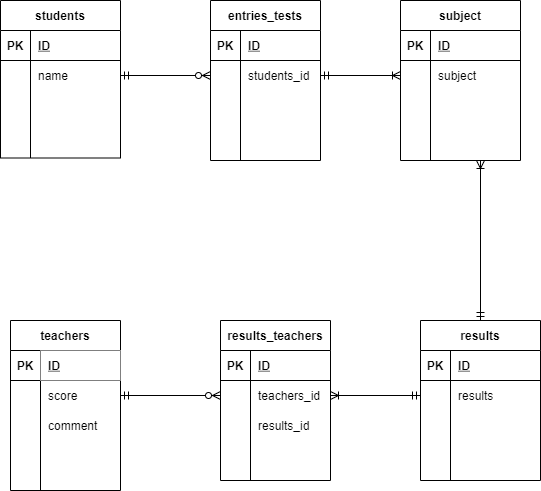
Earlier version of the draw.io export index.drawio.png (Rise-K/coachtech-db-practice). Source tidied: cells renumbered, new cells last; positions are measured from the earlier drawing's top-left corner, leaving out a move shared by most shapes.
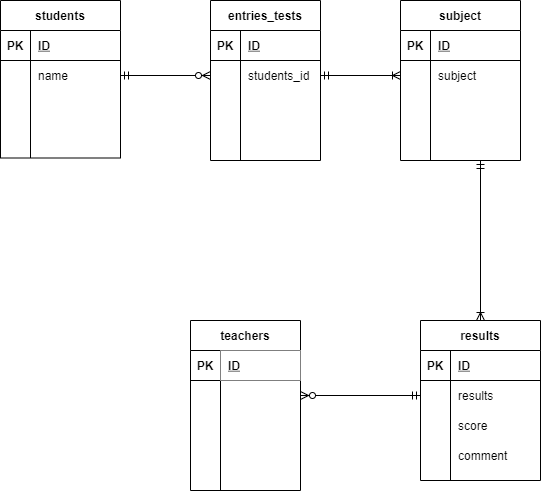
The same diagram one commit later.

Commit message:
テーブル、アトリビュート、リレーションの修正

Change to the diagram source:
```diff
@@ -42,7 +42,7 @@
       <mxGeometry x="30" width="90" height="30" as="geometry" />
     </mxCell>
     <mxCell id="15" value="teachers" style="shape=table;startSize=30;rowLines=0;fontStyle=1;align=center;" parent="1" vertex="1">
-      <mxGeometry x="10" y="320" width="110" height="170" as="geometry" />
+      <mxGeometry x="190" y="320" width="110" height="170" as="geometry" />
     </mxCell>
     <mxCell id="16" style="shape=partialRectangle;fillColor=none;top=0;left=0;bottom=1;right=0;" parent="15" vertex="1">
       <mxGeometry y="30" width="110" height="30" as="geometry" />
@@ -59,7 +59,7 @@
     <mxCell id="20" style="shape=partialRectangle;fillColor=none;top=0;left=0;bottom=0;right=0;overflow=hidden;" parent="19" vertex="1">
       <mxGeometry width="30" height="30" as="geometry" />
     </mxCell>
-    <mxCell id="21" value="score" style="shape=partialRectangle;fillColor=none;top=0;left=0;bottom=0;right=0;align=left;spacingLeft=6;overflow=hidden;" parent="19" vertex="1">
+    <mxCell id="21" style="shape=partialRectangle;fillColor=none;top=0;left=0;bottom=0;right=0;align=left;spacingLeft=6;overflow=hidden;" parent="19" vertex="1">
       <mxGeometry x="30" width="80" height="30" as="geometry" />
     </mxCell>
     <mxCell id="22" style="shape=partialRectangle;fillColor=none;top=0;left=0;bottom=0;right=0;" parent="15" vertex="1">
@@ -68,7 +68,7 @@
     <mxCell id="23" style="shape=partialRectangle;fillColor=none;top=0;left=0;bottom=0;right=0;overflow=hidden;" parent="22" vertex="1">
       <mxGeometry width="30" height="30" as="geometry" />
     </mxCell>
-    <mxCell id="24" value="comment" style="shape=partialRectangle;fillColor=none;top=0;left=0;bottom=0;right=0;align=left;spacingLeft=6;overflow=hidden;" parent="22" vertex="1">
+    <mxCell id="24" style="shape=partialRectangle;fillColor=none;top=0;left=0;bottom=0;right=0;align=left;spacingLeft=6;overflow=hidden;" parent="22" vertex="1">
       <mxGeometry x="30" width="80" height="30" as="geometry" />
     </mxCell>
     <mxCell id="25" style="shape=partialRectangle;fillColor=none;top=0;left=0;bottom=0;right=0;" parent="15" vertex="1">
@@ -160,7 +160,7 @@
     <mxCell id="53" style="shape=partialRectangle;fillColor=none;top=0;left=0;bottom=0;right=0;overflow=hidden;" parent="52" vertex="1">
       <mxGeometry width="30" height="30" as="geometry" />
     </mxCell>
-    <mxCell id="54" style="shape=partialRectangle;fillColor=none;top=0;left=0;bottom=0;right=0;align=left;spacingLeft=6;overflow=hidden;" parent="52" vertex="1">
+    <mxCell id="54" value="score" style="shape=partialRectangle;fillColor=none;top=0;left=0;bottom=0;right=0;align=left;spacingLeft=6;overflow=hidden;" parent="52" vertex="1">
       <mxGeometry x="30" width="90" height="30" as="geometry" />
     </mxCell>
     <mxCell id="55" style="shape=partialRectangle;fillColor=none;top=0;left=0;bottom=0;right=0;" parent="45" vertex="1">
@@ -169,7 +169,7 @@
     <mxCell id="56" style="shape=partialRectangle;fillColor=none;top=0;left=0;bottom=0;right=0;overflow=hidden;" parent="55" vertex="1">
       <mxGeometry width="30" height="30" as="geometry" />
     </mxCell>
-    <mxCell id="57" style="shape=partialRectangle;fillColor=none;top=0;left=0;bottom=0;right=0;align=left;spacingLeft=6;overflow=hidden;" parent="55" vertex="1">
+    <mxCell id="57" value="comment" style="shape=partialRectangle;fillColor=none;top=0;left=0;bottom=0;right=0;align=left;spacingLeft=6;overflow=hidden;" parent="55" vertex="1">
       <mxGeometry x="30" width="90" height="30" as="geometry" />
     </mxCell>
     <mxCell id="58" value="subject" style="shape=table;startSize=30;rowLines=0;fontStyle=1;align=center;" parent="1" vertex="1">
@@ -216,59 +216,13 @@
         <mxPoint x="400" y="75" as="targetPoint" />
       </mxGeometry>
     </mxCell>
-    <mxCell id="72" style="fontSize=12;html=1;endArrow=ERzeroToMany;startArrow=ERmandOne;entryX=0;entryY=0.5;entryDx=0;entryDy=0;" parent="1" edge="1" target="79">
-      <mxGeometry relative="1" as="geometry">
-        <mxPoint x="120" y="395" as="sourcePoint" />
-      </mxGeometry>
+    <mxCell id="72" style="fontSize=12;html=1;endArrow=ERzeroToMany;startArrow=ERmandOne;exitX=0;exitY=0.5;exitDx=0;exitDy=0;entryX=1;entryY=0.5;entryDx=0;entryDy=0;" parent="1" edge="1" source="49" target="19">
+      <mxGeometry relative="1" as="geometry" />
     </mxCell>
-    <mxCell id="73" style="fontSize=12;html=1;endArrow=ERoneToMany;startArrow=ERmandOne;exitX=0.5;exitY=0;exitDx=0;exitDy=0;" parent="1" edge="1" source="45">
+    <mxCell id="73" style="fontSize=12;html=1;endArrow=ERoneToMany;startArrow=ERmandOne;entryX=0.5;entryY=0;entryDx=0;entryDy=0;" parent="1" edge="1" target="45">
       <mxGeometry relative="1" as="geometry">
-        <mxPoint x="480" y="160" as="targetPoint" />
+        <mxPoint x="480" y="160" as="sourcePoint" />
       </mxGeometry>
     </mxCell>
-    <mxCell id="74" style="fontSize=12;html=1;endArrow=ERoneToMany;startArrow=ERmandOne;exitX=0;exitY=0.5;exitDx=0;exitDy=0;" parent="1" edge="1" source="49">
-      <mxGeometry relative="1" as="geometry">
-        <mxPoint x="330" y="395" as="targetPoint" />
-      </mxGeometry>
-    </mxCell>
-    <mxCell id="75" value="results_teachers" style="shape=table;startSize=30;rowLines=0;fontStyle=1;align=center;" parent="1" vertex="1">
-      <mxGeometry x="220" y="320" width="110" height="160" as="geometry" />
-    </mxCell>
-    <mxCell id="76" style="shape=partialRectangle;fillColor=none;top=0;left=0;bottom=1;right=0;" parent="75" vertex="1">
-      <mxGeometry y="30" width="110" height="30" as="geometry" />
-    </mxCell>
-    <mxCell id="77" value="PK" style="shape=partialRectangle;fillColor=none;top=0;left=0;bottom=0;right=0;fontStyle=1;overflow=hidden;" parent="76" vertex="1">
-      <mxGeometry width="30" height="30" as="geometry" />
-    </mxCell>
-    <mxCell id="78" value="ID" style="shape=partialRectangle;fillColor=none;top=0;left=0;bottom=0;right=0;align=left;spacingLeft=6;fontStyle=5;overflow=hidden;" parent="76" vertex="1">
-      <mxGeometry x="30" width="80" height="30" as="geometry" />
-    </mxCell>
-    <mxCell id="79" style="shape=partialRectangle;fillColor=none;top=0;left=0;bottom=0;right=0;points=[[0,0.5],[1,0.5]];portConstraint=eastwest;" parent="75" vertex="1">
-      <mxGeometry y="60" width="110" height="30" as="geometry" />
-    </mxCell>
-    <mxCell id="80" style="shape=partialRectangle;fillColor=none;top=0;left=0;bottom=0;right=0;overflow=hidden;" parent="79" vertex="1">
-      <mxGeometry width="30" height="30" as="geometry" />
-    </mxCell>
-    <mxCell id="81" value="teachers_id" style="shape=partialRectangle;fillColor=none;top=0;left=0;bottom=0;right=0;align=left;spacingLeft=6;overflow=hidden;fontStyle=0;" parent="79" vertex="1">
-      <mxGeometry x="30" width="80" height="30" as="geometry" />
-    </mxCell>
-    <mxCell id="82" style="shape=partialRectangle;fillColor=none;top=0;left=0;bottom=0;right=0;" parent="75" vertex="1">
-      <mxGeometry y="90" width="110" height="30" as="geometry" />
-    </mxCell>
-    <mxCell id="83" style="shape=partialRectangle;fillColor=none;top=0;left=0;bottom=0;right=0;overflow=hidden;" parent="82" vertex="1">
-      <mxGeometry width="30" height="30" as="geometry" />
-    </mxCell>
-    <mxCell id="84" value="results_id" style="shape=partialRectangle;fillColor=none;top=0;left=0;bottom=0;right=0;align=left;spacingLeft=6;overflow=hidden;" parent="82" vertex="1">
-      <mxGeometry x="30" width="80" height="30" as="geometry" />
-    </mxCell>
-    <mxCell id="85" style="shape=partialRectangle;fillColor=none;top=0;left=0;bottom=0;right=0;" parent="75" vertex="1">
-      <mxGeometry y="120" width="110" height="30" as="geometry" />
-    </mxCell>
-    <mxCell id="86" style="shape=partialRectangle;fillColor=none;top=0;left=0;bottom=0;right=0;overflow=hidden;" parent="85" vertex="1">
-      <mxGeometry width="30" height="30" as="geometry" />
-    </mxCell>
-    <mxCell id="87" style="shape=partialRectangle;fillColor=none;top=0;left=0;bottom=0;right=0;align=left;spacingLeft=6;overflow=hidden;" parent="85" vertex="1">
-      <mxGeometry x="30" width="80" height="30" as="geometry" />
-    </mxCell>
   </root>
 </mxGraphModel>
```
